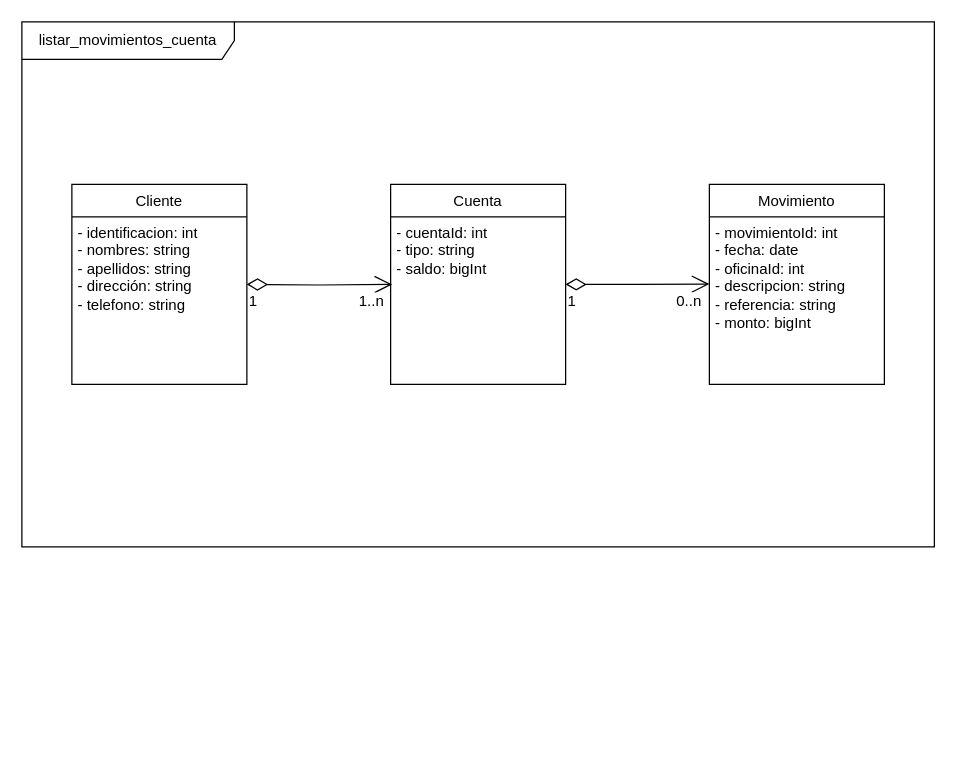
joeburias/ddd_example keeps this draw.io diagram as Untitled Diagram.drawio. Above is the earlier version. Source tidied: cells renumbered, new cells numbered last; positions are measured from the earlier drawing's top-left corner, leaving out a move shared by most shapes. Both pictures are drawn from the tidied source at 125%, with x=0, y=0 at pixel (21, 21).
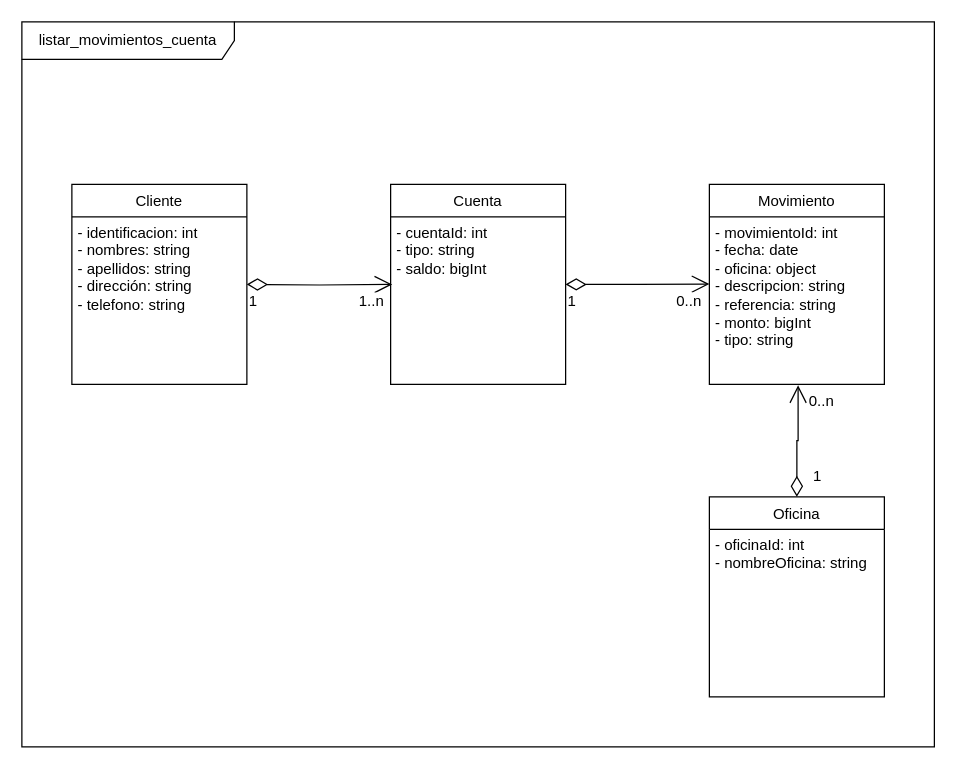
Above is the later version.

The change refers to these unchanged cells:
```xml
<mxCell id="3" value="Movimiento" style="swimlane;fontStyle=0;horizontal=1;startSize=26;fillColor=none;" parent="1" vertex="1">
  <mxGeometry x="550" y="130" width="140" height="160" as="geometry" />
</mxCell>
```

Diff of the diagram source:
```diff
@@
     <mxCell id="2" value="listar_movimientos_cuenta" style="shape=umlFrame;whiteSpace=wrap;html=1;width=170;height=30;" parent="1" vertex="1">
-      <mxGeometry width="730" height="420" as="geometry" />
+      <mxGeometry width="730" height="580" as="geometry" />
     </mxCell>
@@
-    <mxCell id="4" value="- movimientoId: int&lt;br&gt;- fecha: date&lt;br&gt;- oficinaId: int&lt;br&gt;- descripcion: string&lt;br&gt;- referencia: string&lt;br&gt;- monto: bigInt" style="text;strokeColor=none;fillColor=none;align=left;verticalAlign=top;spacingLeft=4;spacingRight=4;overflow=hidden;points=[[0,0.5],[1,0.5]];portConstraint=eastwest;spacing=1;spacingBottom=10;html=1;" parent="3" vertex="1">
+    <mxCell id="4" value="- movimientoId: int&lt;br&gt;- fecha: date&lt;br&gt;- oficina: object&lt;br&gt;- descripcion: string&lt;br&gt;- referencia: string&lt;br&gt;- monto: bigInt&lt;br&gt;- tipo: string" style="text;strokeColor=none;fillColor=none;align=left;verticalAlign=top;spacingLeft=4;spacingRight=4;overflow=hidden;points=[[0,0.5],[1,0.5]];portConstraint=eastwest;spacing=1;spacingBottom=10;html=1;" parent="3" vertex="1">
       <mxGeometry y="26" width="140" height="134" as="geometry" />
     </mxCell>
@@
+    <mxCell id="15" value="Oficina" style="swimlane;fontStyle=0;horizontal=1;startSize=26;fillColor=none;" parent="1" vertex="1">
+      <mxGeometry x="550" y="380" width="140" height="160" as="geometry" />
+    </mxCell>
+    <mxCell id="16" value="- oficinaId: int&lt;br&gt;- nombreOficina: string" style="text;strokeColor=none;fillColor=none;align=left;verticalAlign=top;spacingLeft=4;spacingRight=4;overflow=hidden;spacing=1;spacingBottom=10;html=1;" parent="15" vertex="1">
+      <mxGeometry y="26" width="140" height="134" as="geometry" />
+    </mxCell>
+    <mxCell id="17" style="endArrow=open;html=1;endSize=12;startArrow=diamondThin;startSize=14;startFill=0;edgeStyle=orthogonalEdgeStyle;rounded=0;fontFamily=Helvetica;fontSize=12;fontColor=default;exitX=0.5;exitY=0;exitDx=0;exitDy=0;entryX=0.507;entryY=1.005;entryDx=0;entryDy=0;entryPerimeter=0;" parent="1" edge="1" source="15" target="4">
+      <mxGeometry relative="1" as="geometry" />
+    </mxCell>
+    <mxCell id="18" value="0..n" style="edgeLabel;html=1;align=right;verticalAlign=top;fontFamily=Helvetica;fontSize=12;fontColor=default;fillColor=none;gradientColor=none;" parent="1" vertex="1">
+      <mxGeometry x="650" y="290" as="geometry" />
+    </mxCell>
+    <mxCell id="19" value="1" style="edgeLabel;html=1;align=right;verticalAlign=top;fontFamily=Helvetica;fontSize=12;fontColor=default;fillColor=none;gradientColor=none;" parent="1" vertex="1">
+      <mxGeometry x="640" y="350" as="geometry" />
+    </mxCell>
```
